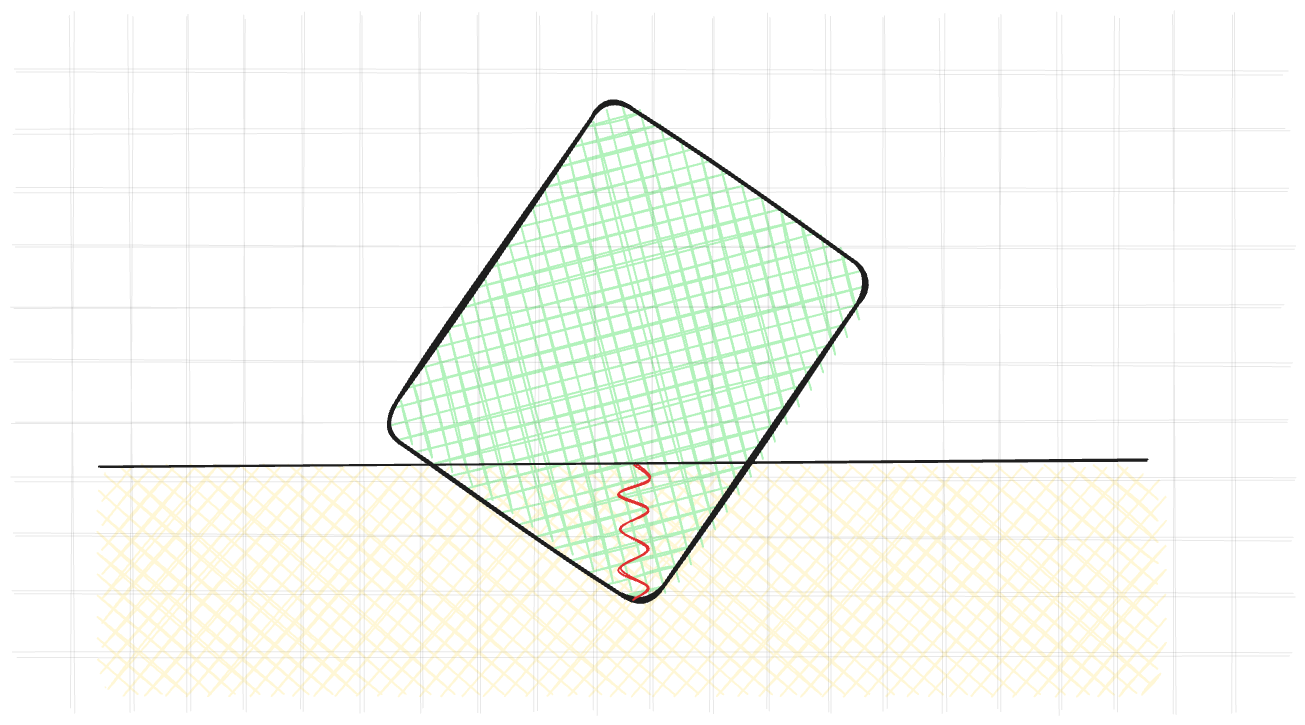
The Excalidraw diagram assets/images/main/collisions.excalidraw.png in kozakromch/game_physics_2, before a commit. Source tidied: one line per element, renumbered; positions are measured from the earlier drawing's top-left corner, leaving out a move shared by most shapes. Its diagram source:
```json
{"id": 0, "type": "rectangle", "strokeColor": "transparent", "backgroundColor": "#ffec99", "fillStyle": "cross-hatch", "strokeWidth": 4, "roughness": 2, "opacity": 40, "round": true, "x": 374, "y": 392, "width": 1061, "height": 230}
{"id": 1, "type": "rectangle", "strokeColor": "#1e1e1e", "angle": 0.6, "backgroundColor": "#b2f2bb", "fillStyle": "cross-hatch", "strokeWidth": 4, "roughness": 2, "round": true, "x": 742, "y": 76, "width": 324, "height": 407}
{"id": 2, "type": "line", "strokeColor": "#1e1e1e", "strokeWidth": 1, "roughness": 2, "opacity": 10, "round": true, "x": 290, "y": 0, "width": 1272, "height": 0, "points": [[0, 0], [1272, 0]]}
{"id": 3, "type": "line", "strokeColor": "#1e1e1e", "strokeWidth": 1, "roughness": 2, "opacity": 10, "round": true, "x": 290, "y": 349, "width": 1272, "height": 0, "points": [[0, 0], [1272, 0]]}
{"id": 4, "type": "line", "strokeColor": "#1e1e1e", "strokeWidth": 1, "roughness": 2, "opacity": 10, "round": true, "x": 290, "y": 58, "width": 1275, "height": 0, "points": [[0, 0], [1275, 0]]}
{"id": 5, "type": "line", "strokeColor": "#1e1e1e", "strokeWidth": 1, "roughness": 2, "opacity": 10, "round": true, "x": 290, "y": 407, "width": 1280, "height": 0, "points": [[0, 0], [1280, 0]]}
{"id": 6, "type": "line", "strokeColor": "#1e1e1e", "strokeWidth": 1, "roughness": 2, "opacity": 10, "round": true, "x": 290, "y": 117, "width": 1273, "height": 0, "points": [[0, 0], [1273, 0]]}
{"id": 7, "type": "line", "strokeColor": "#1e1e1e", "strokeWidth": 1, "roughness": 2, "opacity": 10, "round": true, "x": 290, "y": 464, "width": 1278, "height": 0, "points": [[0, 0], [1278, 0]]}
{"id": 8, "type": "line", "strokeColor": "#1e1e1e", "strokeWidth": 1, "roughness": 2, "opacity": 10, "round": true, "x": 290, "y": 174, "width": 1280, "height": 0, "points": [[0, 0], [1280, 0]]}
{"id": 9, "type": "line", "strokeColor": "#1e1e1e", "strokeWidth": 1, "roughness": 2, "opacity": 10, "round": true, "x": 289, "y": 522, "width": 1282, "height": 0, "points": [[0, 0], [1282, 0]]}
{"id": 10, "type": "line", "strokeColor": "#1e1e1e", "strokeWidth": 1, "roughness": 2, "opacity": 10, "round": true, "x": 290, "y": 233, "width": 1271, "height": 0, "points": [[0, 0], [1271, 0]]}
{"id": 11, "type": "line", "strokeColor": "#1e1e1e", "strokeWidth": 1, "roughness": 2, "opacity": 10, "round": true, "x": 290, "y": 580, "width": 1279, "height": 0, "points": [[0, 0], [1279, 0]]}
{"id": 12, "type": "line", "strokeColor": "#1e1e1e", "strokeWidth": 1, "roughness": 2, "opacity": 10, "round": true, "x": 291, "y": 290, "width": 1277, "height": 0, "points": [[0, 0], [1277, 0]]}
{"id": 13, "type": "line", "strokeColor": "#1e1e1e", "angle": 1.57, "strokeWidth": 1, "roughness": 2, "opacity": 10, "round": true, "x": 581, "y": 288, "width": 696, "height": 0, "points": [[0, 0], [696, 0]]}
{"id": 14, "type": "line", "strokeColor": "#1e1e1e", "angle": 1.57, "strokeWidth": 1, "roughness": 2, "opacity": 10, "round": true, "x": 233, "y": 290, "width": 696, "height": 0, "points": [[0, 0], [696, 0]]}
{"id": 15, "type": "line", "strokeColor": "#1e1e1e", "angle": 1.57, "strokeWidth": 1, "roughness": 2, "opacity": 10, "round": true, "x": 523, "y": 290, "width": 697, "height": 0, "points": [[0, 0], [697, 0]]}
{"id": 16, "type": "line", "strokeColor": "#1e1e1e", "angle": 1.57, "strokeWidth": 1, "roughness": 2, "opacity": 10, "round": true, "x": 174, "y": 290, "width": 697, "height": 0, "points": [[0, 0], [697, 0]]}
{"id": 17, "type": "line", "strokeColor": "#1e1e1e", "angle": 1.57, "strokeWidth": 1, "roughness": 2, "opacity": 10, "round": true, "x": 465, "y": 290, "width": 697, "height": 0, "points": [[0, 0], [697, 0]]}
{"id": 18, "type": "line", "strokeColor": "#1e1e1e", "angle": 1.57, "strokeWidth": 1, "roughness": 2, "opacity": 10, "round": true, "x": 116, "y": 290, "width": 697, "height": 0, "points": [[0, 0], [697, 0]]}
{"id": 19, "type": "line", "strokeColor": "#1e1e1e", "angle": 1.57, "strokeWidth": 1, "roughness": 2, "opacity": 10, "round": true, "x": 406, "y": 290, "width": 697, "height": 0, "points": [[0, 0], [697, 0]]}
{"id": 20, "type": "line", "strokeColor": "#1e1e1e", "angle": 1.57, "strokeWidth": 1, "roughness": 2, "opacity": 10, "round": true, "x": 58, "y": 290, "width": 697, "height": 0, "points": [[0, 0], [697, 0]]}
{"id": 21, "type": "line", "strokeColor": "#1e1e1e", "angle": 1.57, "strokeWidth": 1, "roughness": 2, "opacity": 10, "round": true, "x": 349, "y": 290, "width": 697, "height": 0, "points": [[0, 0], [697, 0]]}
{"id": 22, "type": "line", "strokeColor": "#1e1e1e", "angle": 1.57, "strokeWidth": 1, "roughness": 2, "opacity": 10, "round": true, "x": 0, "y": 290, "width": 697, "height": 0, "points": [[0, 0], [697, 0]]}
{"id": 23, "type": "line", "strokeColor": "#1e1e1e", "angle": 1.57, "strokeWidth": 1, "roughness": 2, "opacity": 10, "round": true, "x": 290, "y": 290, "width": 696, "height": 0, "points": [[0, 0], [696, 0]]}
{"id": 24, "type": "line", "strokeColor": "#1e1e1e", "angle": 1.57, "strokeWidth": 1, "roughness": 2, "opacity": 10, "round": true, "x": 639, "y": 290, "width": 697, "height": 0, "points": [[0, 0], [697, 0]]}
{"id": 25, "type": "line", "strokeColor": "#1e1e1e", "angle": 1.57, "strokeWidth": 1, "roughness": 2, "opacity": 10, "round": true, "x": 929, "y": 290, "width": 696, "height": 0, "points": [[0, 0], [696, 0]]}
{"id": 26, "type": "line", "strokeColor": "#1e1e1e", "angle": 1.57, "strokeWidth": 1, "roughness": 2, "opacity": 10, "round": true, "x": 871, "y": 290, "width": 697, "height": 0, "points": [[0, 0], [697, 0]]}
{"id": 27, "type": "line", "strokeColor": "#1e1e1e", "angle": 1.57, "strokeWidth": 1, "roughness": 2, "opacity": 10, "round": true, "x": 1161, "y": 290, "width": 697, "height": 0, "points": [[0, 0], [697, 0]]}
{"id": 28, "type": "line", "strokeColor": "#1e1e1e", "angle": 1.57, "strokeWidth": 1, "roughness": 2, "opacity": 10, "round": true, "x": 813, "y": 291, "width": 697, "height": 0, "points": [[0, 0], [697, 0]]}
{"id": 29, "type": "line", "strokeColor": "#1e1e1e", "angle": 1.57, "strokeWidth": 1, "roughness": 2, "opacity": 10, "round": true, "x": 1103, "y": 290, "width": 697, "height": 0, "points": [[0, 0], [697, 0]]}
{"id": 30, "type": "line", "strokeColor": "#1e1e1e", "angle": 1.57, "strokeWidth": 1, "roughness": 2, "opacity": 10, "round": true, "x": 755, "y": 290, "width": 697, "height": 0, "points": [[0, 0], [697, 0]]}
{"id": 31, "type": "line", "strokeColor": "#1e1e1e", "angle": 1.57, "strokeWidth": 1, "roughness": 2, "opacity": 10, "round": true, "x": 1045, "y": 291, "width": 697, "height": 0, "points": [[0, 0], [697, 0]]}
{"id": 32, "type": "line", "strokeColor": "#1e1e1e", "angle": 1.57, "strokeWidth": 1, "roughness": 2, "opacity": 10, "round": true, "x": 697, "y": 290, "width": 697, "height": 0, "points": [[0, 0], [697, 0]]}
{"id": 33, "type": "line", "strokeColor": "#1e1e1e", "angle": 1.57, "strokeWidth": 1, "roughness": 2, "opacity": 10, "round": true, "x": 987, "y": 290, "width": 696, "height": 0, "points": [[0, 0], [696, 0]]}
{"id": 34, "type": "line", "strokeColor": "#e03131", "strokeWidth": 2, "roughness": 1, "round": true, "x": 911, "y": 391, "width": 29, "height": 135, "points": [[0, 0], [15, 15], [-15, 30], [15, 45], [-15, 66], [13, 84], [-15, 105], [15, 123], [0, 135]]}
{"id": 35, "type": "line", "strokeColor": "#1e1e1e", "strokeWidth": 2, "roughness": 1, "round": true, "x": 376, "y": 393, "width": 1048, "height": 6, "points": [[0, 0], [1048, -6]]}
```
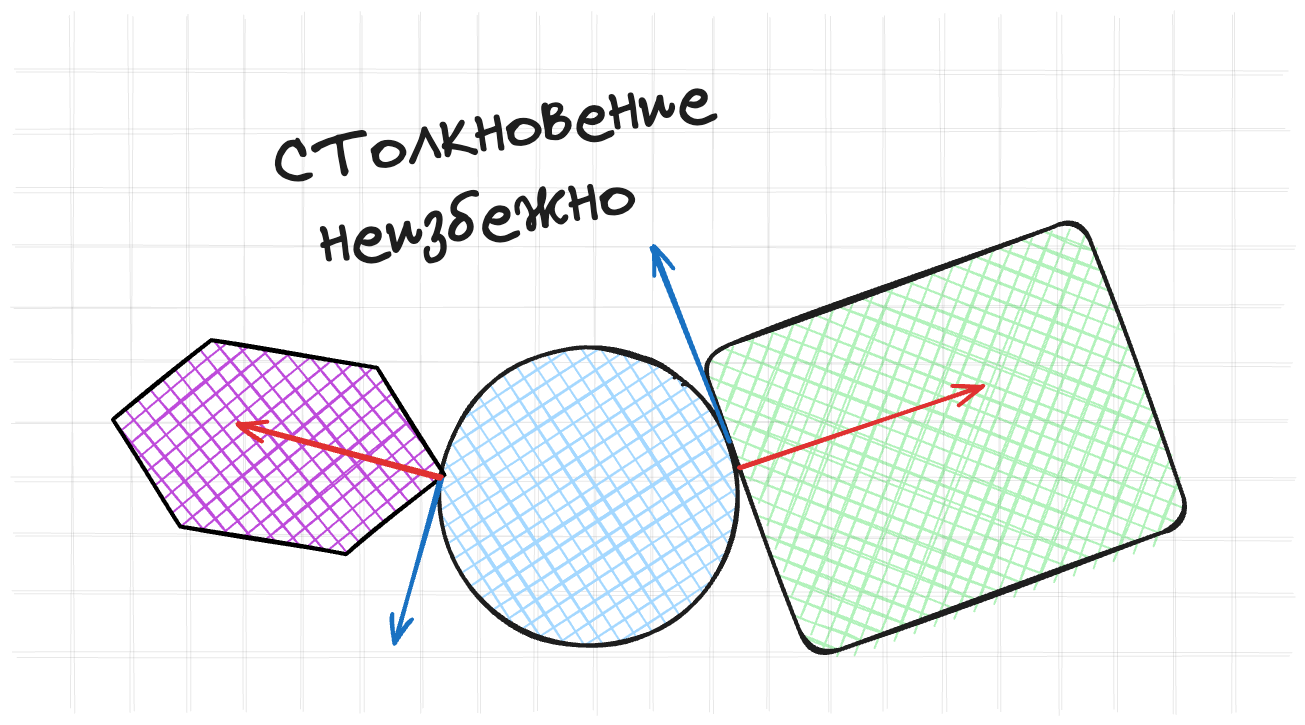
Above is the later version.

The edit, as a diff of the source:
```diff
@@ -1,5 +1,4 @@
-{"id": 0, "type": "rectangle", "strokeColor": "transparent", "backgroundColor": "#ffec99", "fillStyle": "cross-hatch", "strokeWidth": 4, "roughness": 2, "opacity": 40, "round": true, "x": 374, "y": 392, "width": 1061, "height": 230}
-{"id": 1, "type": "rectangle", "strokeColor": "#1e1e1e", "angle": 0.6, "backgroundColor": "#b2f2bb", "fillStyle": "cross-hatch", "strokeWidth": 4, "roughness": 2, "round": true, "x": 742, "y": 76, "width": 324, "height": 407}
+{"id": 1, "type": "rectangle", "strokeColor": "#1e1e1e", "angle": 1.22, "backgroundColor": "#b2f2bb", "fillStyle": "cross-hatch", "strokeWidth": 4, "roughness": 2, "round": true, "x": 1060, "y": 162, "width": 324, "height": 407}
 {"id": 2, "type": "line", "strokeColor": "#1e1e1e", "strokeWidth": 1, "roughness": 2, "opacity": 10, "round": true, "x": 290, "y": 0, "width": 1272, "height": 0, "points": [[0, 0], [1272, 0]]}
 {"id": 3, "type": "line", "strokeColor": "#1e1e1e", "strokeWidth": 1, "roughness": 2, "opacity": 10, "round": true, "x": 290, "y": 349, "width": 1272, "height": 0, "points": [[0, 0], [1272, 0]]}
 {"id": 4, "type": "line", "strokeColor": "#1e1e1e", "strokeWidth": 1, "roughness": 2, "opacity": 10, "round": true, "x": 290, "y": 58, "width": 1275, "height": 0, "points": [[0, 0], [1275, 0]]}
@@ -12,10 +11,10 @@
 {"id": 11, "type": "line", "strokeColor": "#1e1e1e", "strokeWidth": 1, "roughness": 2, "opacity": 10, "round": true, "x": 290, "y": 580, "width": 1279, "height": 0, "points": [[0, 0], [1279, 0]]}
 {"id": 12, "type": "line", "strokeColor": "#1e1e1e", "strokeWidth": 1, "roughness": 2, "opacity": 10, "round": true, "x": 291, "y": 290, "width": 1277, "height": 0, "points": [[0, 0], [1277, 0]]}
 {"id": 13, "type": "line", "strokeColor": "#1e1e1e", "angle": 1.57, "strokeWidth": 1, "roughness": 2, "opacity": 10, "round": true, "x": 581, "y": 288, "width": 696, "height": 0, "points": [[0, 0], [696, 0]]}
-{"id": 14, "type": "line", "strokeColor": "#1e1e1e", "angle": 1.57, "strokeWidth": 1, "roughness": 2, "opacity": 10, "round": true, "x": 233, "y": 290, "width": 696, "height": 0, "points": [[0, 0], [696, 0]]}
+{"id": 14, "type": "line", "strokeColor": "#1e1e1e", "angle": 1.57, "strokeWidth": 1, "roughness": 2, "opacity": 10, "round": true, "x": 232, "y": 290, "width": 696, "height": 0, "points": [[0, 0], [696, 0]]}
 {"id": 15, "type": "line", "strokeColor": "#1e1e1e", "angle": 1.57, "strokeWidth": 1, "roughness": 2, "opacity": 10, "round": true, "x": 523, "y": 290, "width": 697, "height": 0, "points": [[0, 0], [697, 0]]}
 {"id": 16, "type": "line", "strokeColor": "#1e1e1e", "angle": 1.57, "strokeWidth": 1, "roughness": 2, "opacity": 10, "round": true, "x": 174, "y": 290, "width": 697, "height": 0, "points": [[0, 0], [697, 0]]}
-{"id": 17, "type": "line", "strokeColor": "#1e1e1e", "angle": 1.57, "strokeWidth": 1, "roughness": 2, "opacity": 10, "round": true, "x": 465, "y": 290, "width": 697, "height": 0, "points": [[0, 0], [697, 0]]}
+{"id": 17, "type": "line", "strokeColor": "#1e1e1e", "angle": 1.57, "strokeWidth": 1, "roughness": 2, "opacity": 10, "round": true, "x": 464, "y": 290, "width": 697, "height": 0, "points": [[0, 0], [697, 0]]}
 {"id": 18, "type": "line", "strokeColor": "#1e1e1e", "angle": 1.57, "strokeWidth": 1, "roughness": 2, "opacity": 10, "round": true, "x": 116, "y": 290, "width": 697, "height": 0, "points": [[0, 0], [697, 0]]}
 {"id": 19, "type": "line", "strokeColor": "#1e1e1e", "angle": 1.57, "strokeWidth": 1, "roughness": 2, "opacity": 10, "round": true, "x": 406, "y": 290, "width": 697, "height": 0, "points": [[0, 0], [697, 0]]}
 {"id": 20, "type": "line", "strokeColor": "#1e1e1e", "angle": 1.57, "strokeWidth": 1, "roughness": 2, "opacity": 10, "round": true, "x": 58, "y": 290, "width": 697, "height": 0, "points": [[0, 0], [697, 0]]}
@@ -29,8 +28,13 @@
 {"id": 28, "type": "line", "strokeColor": "#1e1e1e", "angle": 1.57, "strokeWidth": 1, "roughness": 2, "opacity": 10, "round": true, "x": 813, "y": 291, "width": 697, "height": 0, "points": [[0, 0], [697, 0]]}
 {"id": 29, "type": "line", "strokeColor": "#1e1e1e", "angle": 1.57, "strokeWidth": 1, "roughness": 2, "opacity": 10, "round": true, "x": 1103, "y": 290, "width": 697, "height": 0, "points": [[0, 0], [697, 0]]}
 {"id": 30, "type": "line", "strokeColor": "#1e1e1e", "angle": 1.57, "strokeWidth": 1, "roughness": 2, "opacity": 10, "round": true, "x": 755, "y": 290, "width": 697, "height": 0, "points": [[0, 0], [697, 0]]}
-{"id": 31, "type": "line", "strokeColor": "#1e1e1e", "angle": 1.57, "strokeWidth": 1, "roughness": 2, "opacity": 10, "round": true, "x": 1045, "y": 291, "width": 697, "height": 0, "points": [[0, 0], [697, 0]]}
+{"id": 31, "type": "line", "strokeColor": "#1e1e1e", "angle": 1.57, "strokeWidth": 1, "roughness": 2, "opacity": 10, "round": true, "x": 1045, "y": 290, "width": 697, "height": 0, "points": [[0, 0], [697, 0]]}
 {"id": 32, "type": "line", "strokeColor": "#1e1e1e", "angle": 1.57, "strokeWidth": 1, "roughness": 2, "opacity": 10, "round": true, "x": 697, "y": 290, "width": 697, "height": 0, "points": [[0, 0], [697, 0]]}
 {"id": 33, "type": "line", "strokeColor": "#1e1e1e", "angle": 1.57, "strokeWidth": 1, "roughness": 2, "opacity": 10, "round": true, "x": 987, "y": 290, "width": 696, "height": 0, "points": [[0, 0], [696, 0]]}
-{"id": 34, "type": "line", "strokeColor": "#e03131", "strokeWidth": 2, "roughness": 1, "round": true, "x": 911, "y": 391, "width": 29, "height": 135, "points": [[0, 0], [15, 15], [-15, 30], [15, 45], [-15, 66], [13, 84], [-15, 105], [15, 123], [0, 135]]}
-{"id": 35, "type": "line", "strokeColor": "#1e1e1e", "strokeWidth": 2, "roughness": 1, "round": true, "x": 376, "y": 393, "width": 1048, "height": 6, "points": [[0, 0], [1048, -6]]}
+{"id": 36, "type": "ellipse", "strokeColor": "#1e1e1e", "angle": 0.28, "backgroundColor": "#a5d8ff", "fillStyle": "cross-hatch", "strokeWidth": 4, "roughness": 1, "round": true, "x": 716, "y": 274, "width": 299, "height": 299}
+{"id": 37, "type": "line", "strokeColor": "#000000", "angle": 4.88, "backgroundColor": "#be4bdb", "fillStyle": "cross-hatch", "strokeWidth": 4, "roughness": 1, "x": 555, "y": 206, "width": 189, "height": 336, "points": [[0, 0], [94, 84], [94, 252], [0, 336], [-94, 252], [-94, 84], [0, 0]]}
+{"id": 38, "type": "text", "text": "СТолкновение\n неизбежно", "strokeColor": "#1e1e1e", "angle": 6.12, "backgroundColor": "#a5d8ff", "fillStyle": "cross-hatch", "strokeWidth": 4, "roughness": 1, "fontSize": 66.97, "fontFamily": 1, "x": 554, "y": 17, "width": 444, "height": 167}
+{"id": 39, "type": "arrow", "strokeColor": "#1971c2", "backgroundColor": "#a5d8ff", "fillStyle": "cross-hatch", "strokeWidth": 4, "roughness": 1, "endArrowhead": "arrow", "round": true, "from": 36, "to": 38, "x": 1005, "y": 369, "width": 76, "height": 194, "points": [[0, 0], [-76, -194]]}
+{"id": 40, "type": "arrow", "strokeColor": "#1971c2", "backgroundColor": "#a5d8ff", "fillStyle": "cross-hatch", "strokeWidth": 4, "roughness": 1, "endArrowhead": "arrow", "round": true, "x": 717, "y": 405, "width": 45, "height": 166, "points": [[0, 0], [-45, 166]]}
+{"id": 41, "type": "arrow", "strokeColor": "#e03131", "backgroundColor": "#a5d8ff", "fillStyle": "cross-hatch", "strokeWidth": 4, "roughness": 1, "endArrowhead": "arrow", "round": true, "x": 718, "y": 404, "width": 204, "height": 53, "points": [[0, 0], [-204, -53]]}
+{"id": 42, "type": "arrow", "strokeColor": "#e03131", "backgroundColor": "#a5d8ff", "fillStyle": "cross-hatch", "strokeWidth": 4, "roughness": 1, "endArrowhead": "arrow", "round": true, "from": 36, "x": 1017, "y": 395, "width": 243, "height": 81, "points": [[0, 0], [243, -81]]}
```
